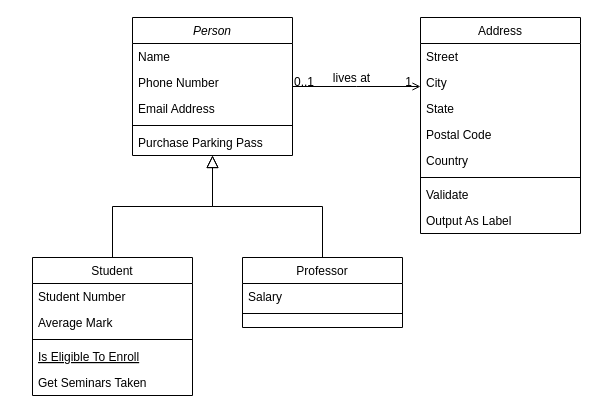
anquanbiji/pinyinjs keeps this draw.io diagram as other/Untitled Diagram.drawio. Above is the earlier version. Source tidied: cells renumbered, new cells numbered last; positions are measured from the earlier drawing's top-left corner, leaving out a move shared by most shapes. Both pictures are drawn from the tidied source at 100%, with x=0, y=0 at pixel (32, 17).
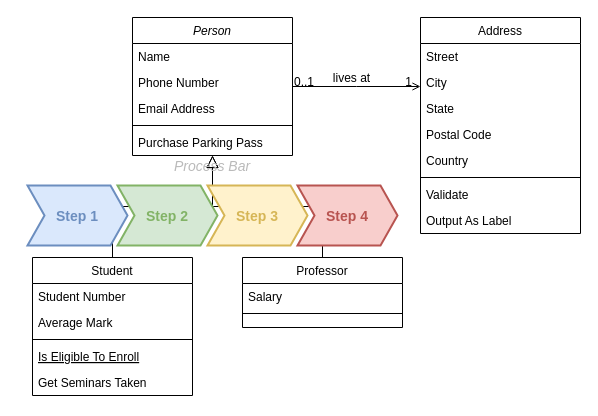
After the change.

Change to the diagram source:
```diff
@@
+    <mxCell id="32" value="Process Bar" style="swimlane;fontStyle=2;horizontal=1;startSize=20;fillColor=none;swimlaneFillColor=none;strokeColor=none;fontFamily=Helvetica;fontSize=14;fontColor=#BABABA;verticalAlign=middle;stackBorder=10;" parent="1" vertex="1">
+      <mxGeometry x="-15" y="138" width="390" height="100" as="geometry" />
+    </mxCell>
+    <mxCell id="33" value="Step 1" style="shape=step;perimeter=stepPerimeter;strokeColor=#6C8EBF;fontFamily=Helvetica;fontSize=14;fontColor=#6C8EBF;fillColor=#dae8fc;fixedSize=1;size=17;fontStyle=1;strokeWidth=2;spacingTop=0;" parent="32" vertex="1">
+      <mxGeometry x="10" y="30" width="100" height="60" as="geometry" />
+    </mxCell>
+    <mxCell id="34" value="Step 2" style="shape=step;perimeter=stepPerimeter;strokeColor=#82B366;fontFamily=Helvetica;fontSize=14;fontColor=#82B366;fillColor=#d5e8d4;fixedSize=1;size=17;fontStyle=1;strokeWidth=2;spacingTop=0;" parent="32" vertex="1">
+      <mxGeometry x="100" y="30" width="100" height="60" as="geometry" />
+    </mxCell>
+    <mxCell id="35" value="Step 3" style="shape=step;perimeter=stepPerimeter;strokeColor=#D6B656;fontFamily=Helvetica;fontSize=14;fontColor=#D6B656;fillColor=#fff2cc;fixedSize=1;size=17;fontStyle=1;strokeWidth=2;spacingTop=0;" parent="32" vertex="1">
+      <mxGeometry x="190" y="30" width="100" height="60" as="geometry" />
+    </mxCell>
+    <mxCell id="36" value="Step 4" style="shape=step;perimeter=stepPerimeter;strokeColor=#B85450;fontFamily=Helvetica;fontSize=14;fontColor=#B85450;fillColor=#f8cecc;fixedSize=1;size=17;fontStyle=1;strokeWidth=2;spacingTop=0;" parent="32" vertex="1">
+      <mxGeometry x="280" y="30" width="100" height="60" as="geometry" />
+    </mxCell>
```
